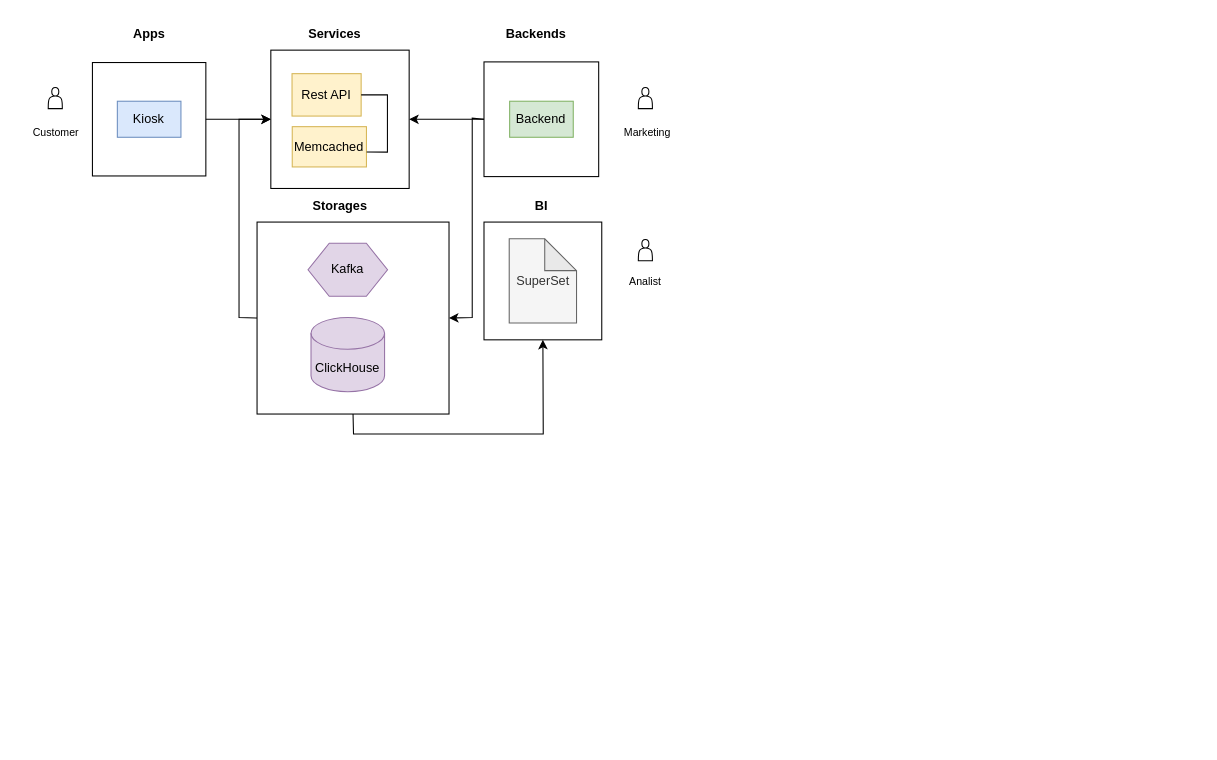
Above: Сервис адаптивного меню.drawio in ArlanovCsb/responsive_menu (draw.io), before the change. Source tidied: cells renumbered, new cells numbered last; positions are measured from the earlier drawing's top-left corner, leaving out a move shared by most shapes. Both pictures are drawn from the tidied source at 106%, with x=0, y=0 at pixel (18, 18).
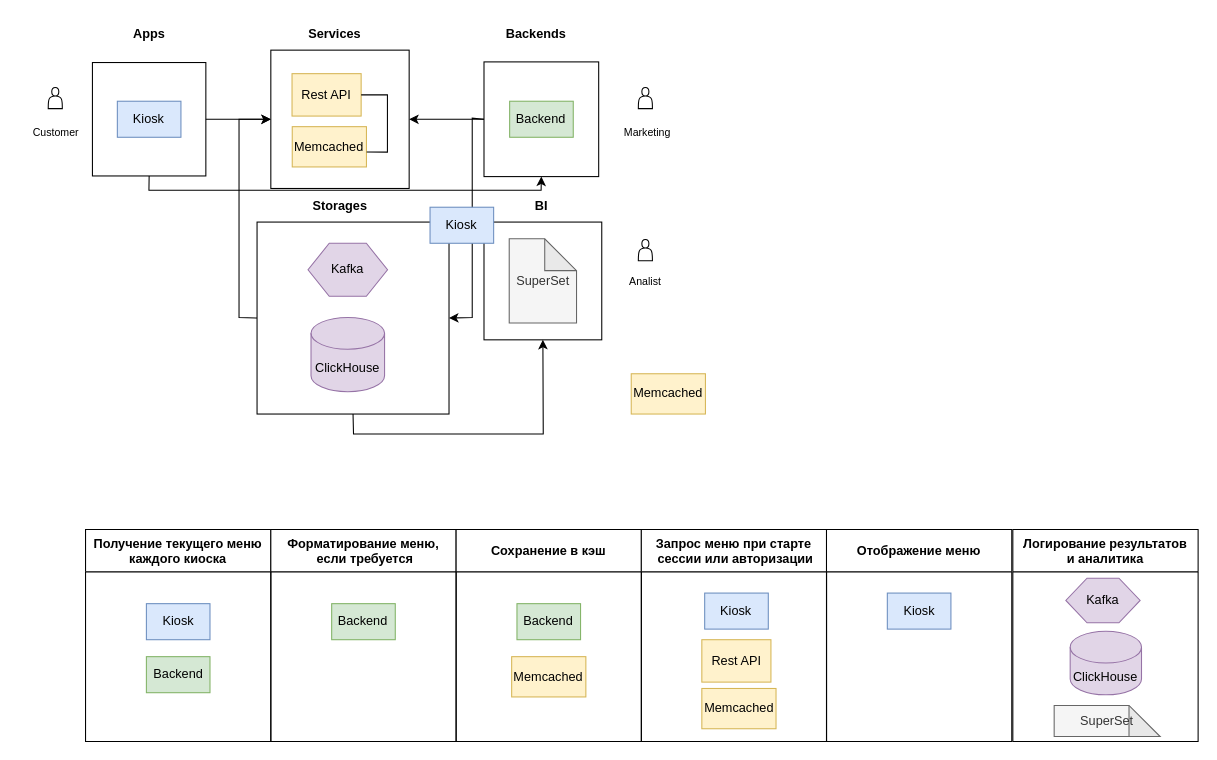
The same diagram, later.

Unchanged cells that the change refers to:
```xml
<mxCell id="6" style="whiteSpace=wrap;html=1;fillColor=none;" parent="1" vertex="1">
  <mxGeometry x="69.7" y="41.5" width="107" height="107" as="geometry" />
</mxCell>
<mxCell id="14" style="whiteSpace=wrap;html=1;fillColor=none;" parent="1" vertex="1">
  <mxGeometry x="439.1" y="40.9" width="108.2" height="108.2" as="geometry" />
</mxCell>
```

Diff of the diagram source:
```diff
@@
+    <mxCell id="31" value="Получение текущего меню &#10;каждого киоска" style="swimlane;startSize=40;" parent="1" vertex="1">
+      <mxGeometry x="63.2" y="482" width="174.8" height="200" as="geometry" />
+    </mxCell>
+    <mxCell id="32" value="Kiosk" style="whiteSpace=wrap;strokeWidth=1;fillColor=#dae8fc;strokeColor=#6c8ebf;" parent="31" vertex="1">
+      <mxGeometry x="57.4" y="70" width="60" height="34" as="geometry" />
+    </mxCell>
+    <mxCell id="33" value="Backend" style="whiteSpace=wrap;strokeWidth=1;fillColor=#d5e8d4;strokeColor=#82b366;" parent="31" vertex="1">
+      <mxGeometry x="57.4" y="120" width="60" height="34" as="geometry" />
+    </mxCell>
+    <mxCell id="34" value="Форматирование меню,&#10; если требуется" style="swimlane;startSize=40;" parent="1" vertex="1">
+      <mxGeometry x="238" y="482" width="174.8" height="200" as="geometry" />
+    </mxCell>
+    <mxCell id="35" value="Backend" style="whiteSpace=wrap;strokeWidth=1;fillColor=#d5e8d4;strokeColor=#82b366;" parent="34" vertex="1">
+      <mxGeometry x="57.4" y="70" width="60" height="34" as="geometry" />
+    </mxCell>
+    <mxCell id="36" value="Сохранение в кэш" style="swimlane;startSize=40;" parent="1" vertex="1">
+      <mxGeometry x="412.8" y="482" width="174.8" height="200" as="geometry" />
+    </mxCell>
+    <mxCell id="37" value="Backend" style="whiteSpace=wrap;strokeWidth=1;fillColor=#d5e8d4;strokeColor=#82b366;" parent="36" vertex="1">
+      <mxGeometry x="57.4" y="70" width="60" height="34" as="geometry" />
+    </mxCell>
+    <mxCell id="38" value="Memcached" style="rounded=0;whiteSpace=wrap;html=1;fillColor=#fff2cc;strokeColor=#d6b656;" parent="36" vertex="1">
+      <mxGeometry x="52.4" y="120" width="70" height="38" as="geometry" />
+    </mxCell>
+    <mxCell id="39" value="Запрос меню при старте&#10; сессии или авторизации" style="swimlane;startSize=40;" parent="1" vertex="1">
+      <mxGeometry x="587.5" y="482" width="174.8" height="200" as="geometry" />
+    </mxCell>
+    <mxCell id="40" value="Kiosk" style="whiteSpace=wrap;strokeWidth=1;fillColor=#dae8fc;strokeColor=#6c8ebf;" parent="39" vertex="1">
+      <mxGeometry x="59.8" y="60" width="60" height="34" as="geometry" />
+    </mxCell>
+    <mxCell id="41" value="Rest API" style="rounded=0;whiteSpace=wrap;html=1;fillColor=#fff2cc;strokeColor=#d6b656;" parent="39" vertex="1">
+      <mxGeometry x="57.1" y="104" width="65.2" height="40" as="geometry" />
+    </mxCell>
+    <mxCell id="42" value="Memcached" style="rounded=0;whiteSpace=wrap;html=1;fillColor=#fff2cc;strokeColor=#d6b656;" parent="39" vertex="1">
+      <mxGeometry x="57.1" y="150" width="70" height="38" as="geometry" />
+    </mxCell>
+    <mxCell id="43" style="endArrow=classic;html=1;rounded=0;exitX=0.5;exitY=1;exitDx=0;exitDy=0;entryX=0.5;entryY=1;entryDx=0;entryDy=0;" parent="1" edge="1" source="6" target="14">
+      <mxGeometry relative="1" as="geometry">
+        <Array as="points">
+          <mxPoint x="123" y="162" />
+          <mxPoint x="493" y="162" />
+        </Array>
+      </mxGeometry>
+    </mxCell>
+    <mxCell id="44" value="Отображение меню" style="swimlane;startSize=40;" parent="1" vertex="1">
+      <mxGeometry x="762.2" y="482" width="174.8" height="200" as="geometry" />
+    </mxCell>
+    <mxCell id="45" value="Kiosk" style="whiteSpace=wrap;strokeWidth=1;fillColor=#dae8fc;strokeColor=#6c8ebf;" parent="44" vertex="1">
+      <mxGeometry x="57.4" y="60" width="60" height="34" as="geometry" />
+    </mxCell>
+    <mxCell id="46" value="Логирование результатов&#10;и аналитика" style="swimlane;startSize=40;" parent="1" vertex="1">
+      <mxGeometry x="938" y="482" width="174.8" height="200" as="geometry" />
+    </mxCell>
+    <mxCell id="47" value="Kafka" style="shape=hexagon;perimeter=hexagonPerimeter2;whiteSpace=wrap;html=1;fixedSize=1;fillColor=#e1d5e7;strokeColor=#9673a6;" parent="46" vertex="1">
+      <mxGeometry x="50" y="46" width="70.1" height="42" as="geometry" />
+    </mxCell>
+    <mxCell id="48" value="ClickHouse" style="shape=cylinder3;whiteSpace=wrap;html=1;boundedLbl=1;backgroundOutline=1;size=15;fillColor=#e1d5e7;strokeColor=#9673a6;" parent="46" vertex="1">
+      <mxGeometry x="54.1" y="96" width="67.3" height="60" as="geometry" />
+    </mxCell>
+    <mxCell id="49" value="SuperSet" style="shape=note;whiteSpace=wrap;html=1;backgroundOutline=1;darkOpacity=0.05;fillColor=#f5f5f5;fontColor=#333333;strokeColor=#666666;" parent="46" vertex="1">
+      <mxGeometry x="39" y="166" width="100" height="29.4" as="geometry" />
+    </mxCell>
+    <mxCell id="50" value="Memcached" style="rounded=0;whiteSpace=wrap;html=1;fillColor=#fff2cc;strokeColor=#d6b656;" parent="1" vertex="1">
+      <mxGeometry x="578" y="335.1" width="70" height="38" as="geometry" />
+    </mxCell>
+    <mxCell id="51" value="Kiosk" style="whiteSpace=wrap;strokeWidth=1;fillColor=#dae8fc;strokeColor=#6c8ebf;" parent="1" vertex="1">
+      <mxGeometry x="388.2" y="178" width="60" height="34" as="geometry" />
+    </mxCell>
```
